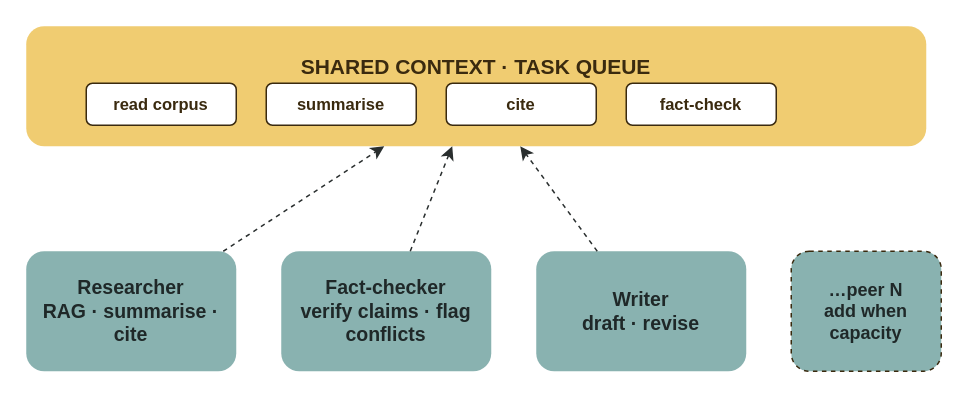
Earlier version of the draw.io diagram page "Swarm" (3 of 8) of docs/img/patterns/tulip-patterns.drawio (tuliplabs-ai/docs). Source tidied: cells renumbered, new cells numbered last; positions are measured from the earlier drawing's top-left corner, leaving out a move shared by most shapes. Both pictures are drawn from the tidied source at 150%, with x=0, y=0 at pixel (26, 26).
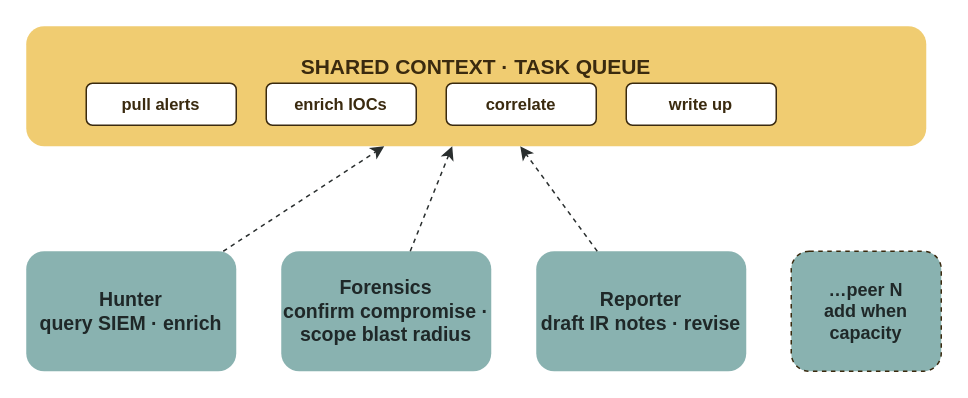
Above is the later version.

What changed in the source:
```diff
@@
 <mxGraphModel>
   <root>
     <mxCell id="0" />
     <mxCell id="1" parent="0" />
     <mxCell id="2" value="SHARED CONTEXT · TASK QUEUE" style="rounded=1;whiteSpace=wrap;html=1;fillColor=#F0CC71;strokeColor=none;fontColor=#3A2A0F;fontSize=14;fontStyle=1;align=center;verticalAlign=top;spacingTop=12;" parent="1" vertex="1">
       <mxGeometry width="600" height="80" as="geometry" />
     </mxCell>
-    <mxCell id="3" value="read corpus" style="rounded=1;whiteSpace=wrap;html=1;fillColor=#FFFFFF;strokeColor=#3A2A0F;fontColor=#3A2A0F;fontSize=11;fontStyle=1;" parent="1" vertex="1">
+    <mxCell id="3" value="pull alerts" style="rounded=1;whiteSpace=wrap;html=1;fillColor=#FFFFFF;strokeColor=#3A2A0F;fontColor=#3A2A0F;fontSize=11;fontStyle=1;" parent="1" vertex="1">
       <mxGeometry x="40" y="38" width="100" height="28" as="geometry" />
     </mxCell>
-    <mxCell id="4" value="summarise" style="rounded=1;whiteSpace=wrap;html=1;fillColor=#FFFFFF;strokeColor=#3A2A0F;fontColor=#3A2A0F;fontSize=11;fontStyle=1;" parent="1" vertex="1">
+    <mxCell id="4" value="enrich IOCs" style="rounded=1;whiteSpace=wrap;html=1;fillColor=#FFFFFF;strokeColor=#3A2A0F;fontColor=#3A2A0F;fontSize=11;fontStyle=1;" parent="1" vertex="1">
       <mxGeometry x="160" y="38" width="100" height="28" as="geometry" />
     </mxCell>
-    <mxCell id="5" value="cite" style="rounded=1;whiteSpace=wrap;html=1;fillColor=#FFFFFF;strokeColor=#3A2A0F;fontColor=#3A2A0F;fontSize=11;fontStyle=1;" parent="1" vertex="1">
+    <mxCell id="5" value="correlate" style="rounded=1;whiteSpace=wrap;html=1;fillColor=#FFFFFF;strokeColor=#3A2A0F;fontColor=#3A2A0F;fontSize=11;fontStyle=1;" parent="1" vertex="1">
       <mxGeometry x="280" y="38" width="100" height="28" as="geometry" />
     </mxCell>
-    <mxCell id="6" value="fact-check" style="rounded=1;whiteSpace=wrap;html=1;fillColor=#FFFFFF;strokeColor=#3A2A0F;fontColor=#3A2A0F;fontSize=11;fontStyle=1;" parent="1" vertex="1">
+    <mxCell id="6" value="write up" style="rounded=1;whiteSpace=wrap;html=1;fillColor=#FFFFFF;strokeColor=#3A2A0F;fontColor=#3A2A0F;fontSize=11;fontStyle=1;" parent="1" vertex="1">
       <mxGeometry x="400" y="38" width="100" height="28" as="geometry" />
     </mxCell>
-    <mxCell id="7" value="Researcher&#10;RAG · summarise · cite" style="rounded=1;whiteSpace=wrap;html=1;fillColor=#89B2B0;strokeColor=none;fontColor=#1F2828;fontSize=13;fontStyle=1;align=center;" parent="1" vertex="1">
+    <mxCell id="7" value="Hunter&#10;query SIEM · enrich" style="rounded=1;whiteSpace=wrap;html=1;fillColor=#89B2B0;strokeColor=none;fontColor=#1F2828;fontSize=13;fontStyle=1;align=center;" parent="1" vertex="1">
       <mxGeometry y="150" width="140" height="80" as="geometry" />
     </mxCell>
-    <mxCell id="8" value="Fact-checker&#10;verify claims · flag conflicts" style="rounded=1;whiteSpace=wrap;html=1;fillColor=#89B2B0;strokeColor=none;fontColor=#1F2828;fontSize=13;fontStyle=1;align=center;" parent="1" vertex="1">
+    <mxCell id="8" value="Forensics&#10;confirm compromise · scope blast radius" style="rounded=1;whiteSpace=wrap;html=1;fillColor=#89B2B0;strokeColor=none;fontColor=#1F2828;fontSize=13;fontStyle=1;align=center;" parent="1" vertex="1">
       <mxGeometry x="170" y="150" width="140" height="80" as="geometry" />
     </mxCell>
-    <mxCell id="9" value="Writer&#10;draft · revise" style="rounded=1;whiteSpace=wrap;html=1;fillColor=#89B2B0;strokeColor=none;fontColor=#1F2828;fontSize=13;fontStyle=1;align=center;" parent="1" vertex="1">
+    <mxCell id="9" value="Reporter&#10;draft IR notes · revise" style="rounded=1;whiteSpace=wrap;html=1;fillColor=#89B2B0;strokeColor=none;fontColor=#1F2828;fontSize=13;fontStyle=1;align=center;" parent="1" vertex="1">
       <mxGeometry x="340" y="150" width="140" height="80" as="geometry" />
     </mxCell>
     <mxCell id="10" value="…peer N&#10;add when capacity" style="rounded=1;whiteSpace=wrap;html=1;fillColor=#89B2B0;strokeColor=#3A2A0F;dashed=1;fontColor=#1F2828;fontSize=12;fontStyle=1;align=center;" parent="1" vertex="1">
       <mxGeometry x="510" y="150" width="100" height="80" as="geometry" />
     </mxCell>
     <mxCell id="11" style="endArrow=classic;html=1;strokeColor=#2A2F2F;dashed=1;" parent="1" edge="1" source="7" target="2">
       <mxGeometry relative="1" as="geometry" />
     </mxCell>
     <mxCell id="12" style="endArrow=classic;html=1;strokeColor=#2A2F2F;dashed=1;" parent="1" edge="1" source="8" target="2">
       <mxGeometry relative="1" as="geometry" />
     </mxCell>
     <mxCell id="13" style="endArrow=classic;html=1;strokeColor=#2A2F2F;dashed=1;" parent="1" edge="1" source="9" target="2">
       <mxGeometry relative="1" as="geometry" />
     </mxCell>
   </root>
 </mxGraphModel>
```
